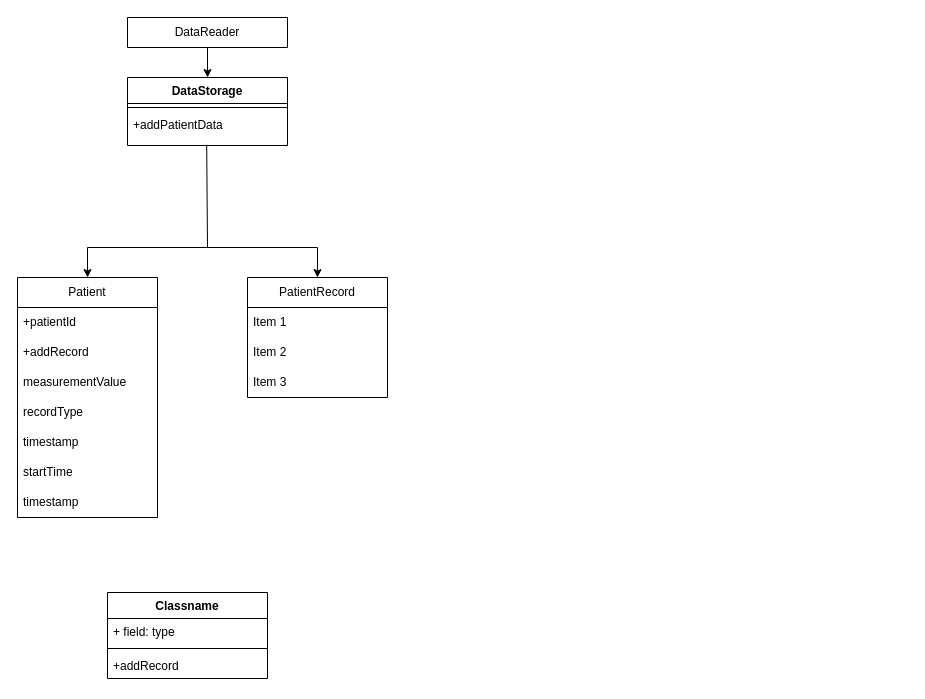
msa46/signal_project keeps this draw.io diagram as uml_models/DataStoreageSystem.drawio. Above is the earlier version. Source tidied: cells renumbered, new cells numbered last; positions are measured from the earlier drawing's top-left corner, leaving out a move shared by most shapes. Both pictures are drawn from the tidied source at 100%, with x=0, y=0 at pixel (17, 17).
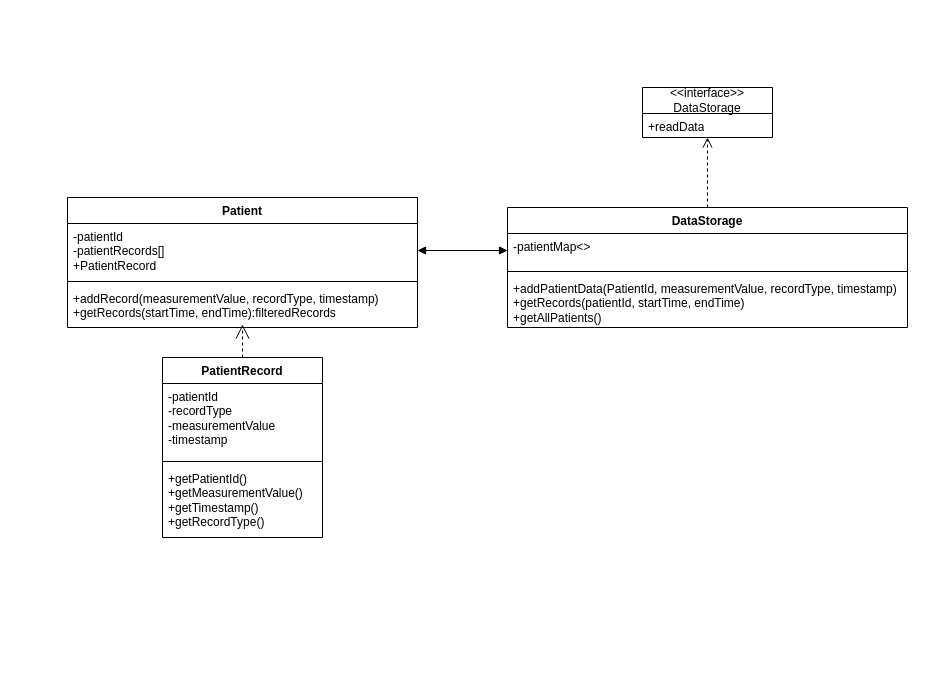
After the change.

Commit message:
I hope this is fine, my brain crumbles DataStoreageSystem.drawio

Change to the diagram source:
```diff
@@
-    <mxCell id="2" value="DataReader" style="swimlane;fontStyle=0;horizontal=1;startSize=30;whiteSpace=wrap;html=1;" parent="1" vertex="1">
-      <mxGeometry x="110" width="160" height="30" as="geometry" />
-    </mxCell>
-    <mxCell id="3" style="endArrow=classic;html=1;rounded=0;exitX=0.5;exitY=1;exitDx=0;exitDy=0;" parent="1" edge="1" source="2">
-      <mxGeometry relative="1" as="geometry">
-        <mxPoint x="190" y="60" as="targetPoint" />
-      </mxGeometry>
-    </mxCell>
+    <mxCell id="18" value="DataStorage" style="swimlane;fontStyle=1;align=center;verticalAlign=top;horizontal=1;startSize=26;whiteSpace=wrap;html=1;" parent="1" vertex="1">
+      <mxGeometry x="490" y="190" width="400" height="120" as="geometry" />
+    </mxCell>
+    <mxCell id="26" value="-patientMap&amp;lt;&amp;gt;" style="text;strokeColor=none;fillColor=none;align=left;verticalAlign=top;spacingLeft=4;spacingRight=4;overflow=hidden;points=[[0,0.5],[1,0.5]];portConstraint=eastwest;whiteSpace=wrap;html=1;" parent="18" vertex="1">
+      <mxGeometry y="26" width="400" height="34" as="geometry" />
+    </mxCell>
+    <mxCell id="27" style="line;strokeWidth=1;fillColor=none;align=left;verticalAlign=middle;spacingTop=-1;spacingLeft=3;spacingRight=3;labelPosition=right;strokeColor=inherit;" parent="18" vertex="1">
+      <mxGeometry y="60" width="400" height="8" as="geometry" />
+    </mxCell>
+    <mxCell id="28" value="+addPatientData(PatientId, measurementValue, recordType, timestamp)&lt;br&gt;+getRecords(patientId, startTime, endTime)&lt;div&gt;+getAllPatients()&lt;/div&gt;" style="text;strokeColor=none;fillColor=none;align=left;verticalAlign=top;spacingLeft=4;spacingRight=4;overflow=hidden;whiteSpace=wrap;html=1;" parent="18" vertex="1">
+      <mxGeometry y="68" width="400" height="52" as="geometry" />
+    </mxCell>
-    <mxCell id="4" value="Patient" style="swimlane;fontStyle=0;horizontal=1;startSize=30;whiteSpace=wrap;html=1;" parent="1" vertex="1">
-      <mxGeometry y="260" width="140" height="240" as="geometry" />
+    <mxCell id="4" value="Patient" style="swimlane;fontStyle=1;align=center;verticalAlign=top;horizontal=1;startSize=26;whiteSpace=wrap;html=1;" parent="1" vertex="1">
+      <mxGeometry x="50" y="180" width="350" height="130" as="geometry" />
     </mxCell>
-    <mxCell id="5" value="+patientId" style="text;strokeColor=none;fillColor=none;align=left;verticalAlign=middle;spacingLeft=4;spacingRight=4;overflow=hidden;whiteSpace=wrap;html=1;" parent="4" vertex="1">
-      <mxGeometry y="30" width="140" height="30" as="geometry" />
-    </mxCell>
-    <mxCell id="6" value="+addRecord" style="text;strokeColor=none;fillColor=none;align=left;verticalAlign=middle;spacingLeft=4;spacingRight=4;overflow=hidden;whiteSpace=wrap;html=1;" parent="4" vertex="1">
-      <mxGeometry y="60" width="140" height="30" as="geometry" />
-    </mxCell>
-    <mxCell id="7" value="measurementValue" style="text;strokeColor=none;fillColor=none;align=left;verticalAlign=middle;spacingLeft=4;spacingRight=4;overflow=hidden;whiteSpace=wrap;html=1;" parent="4" vertex="1">
-      <mxGeometry y="90" width="140" height="30" as="geometry" />
-    </mxCell>
-    <mxCell id="8" value="recordType" style="text;strokeColor=none;fillColor=none;align=left;verticalAlign=middle;spacingLeft=4;spacingRight=4;overflow=hidden;whiteSpace=wrap;html=1;" parent="4" vertex="1">
-      <mxGeometry y="120" width="140" height="30" as="geometry" />
-    </mxCell>
-    <mxCell id="9" value="timestamp" style="text;strokeColor=none;fillColor=none;align=left;verticalAlign=middle;spacingLeft=4;spacingRight=4;overflow=hidden;whiteSpace=wrap;html=1;" parent="4" vertex="1">
-      <mxGeometry y="150" width="140" height="30" as="geometry" />
-    </mxCell>
-    <mxCell id="10" value="startTime" style="text;strokeColor=none;fillColor=none;align=left;verticalAlign=middle;spacingLeft=4;spacingRight=4;overflow=hidden;whiteSpace=wrap;html=1;" parent="4" vertex="1">
-      <mxGeometry y="180" width="140" height="30" as="geometry" />
-    </mxCell>
-    <mxCell id="11" value="timestamp" style="text;strokeColor=none;fillColor=none;align=left;verticalAlign=middle;spacingLeft=4;spacingRight=4;overflow=hidden;whiteSpace=wrap;html=1;" parent="4" vertex="1">
-      <mxGeometry y="210" width="140" height="30" as="geometry" />
-    </mxCell>
+    <mxCell id="29" value="-patientId&lt;div&gt;-patientRecords[]&lt;/div&gt;&lt;div&gt;+PatientRecord&lt;/div&gt;" style="text;strokeColor=none;fillColor=none;align=left;verticalAlign=top;spacingLeft=4;spacingRight=4;overflow=hidden;points=[[0,0.5],[1,0.5]];portConstraint=eastwest;whiteSpace=wrap;html=1;" parent="4" vertex="1">
+      <mxGeometry y="26" width="350" height="54" as="geometry" />
+    </mxCell>
+    <mxCell id="30" style="line;strokeWidth=1;fillColor=none;align=left;verticalAlign=middle;spacingTop=-1;spacingLeft=3;spacingRight=3;labelPosition=right;strokeColor=inherit;" parent="4" vertex="1">
+      <mxGeometry y="80" width="350" height="8" as="geometry" />
+    </mxCell>
+    <mxCell id="31" value="+addRecord(measurementValue, recordType, timestamp)&lt;div&gt;+getRecords(startTime, endTime):filteredRecords&lt;/div&gt;" style="text;strokeColor=none;fillColor=none;align=left;verticalAlign=top;spacingLeft=4;spacingRight=4;overflow=hidden;points=[[0,0.5],[1,0.5]];portConstraint=eastwest;whiteSpace=wrap;html=1;" parent="4" vertex="1">
+      <mxGeometry y="88" width="350" height="42" as="geometry" />
+    </mxCell>
-    <mxCell id="12" value="PatientRecord" style="swimlane;fontStyle=0;horizontal=1;startSize=30;whiteSpace=wrap;html=1;" parent="1" vertex="1">
-      <mxGeometry x="230" y="260" width="140" height="120" as="geometry" />
+    <mxCell id="12" value="PatientRecord" style="swimlane;fontStyle=1;align=center;verticalAlign=top;horizontal=1;startSize=26;whiteSpace=wrap;html=1;" parent="1" vertex="1">
+      <mxGeometry x="145" y="340" width="160" height="180" as="geometry" />
     </mxCell>
-    <mxCell id="13" value="Item 1" style="text;strokeColor=none;fillColor=none;align=left;verticalAlign=middle;spacingLeft=4;spacingRight=4;overflow=hidden;whiteSpace=wrap;html=1;" parent="12" vertex="1">
-      <mxGeometry y="30" width="140" height="30" as="geometry" />
-    </mxCell>
-    <mxCell id="14" value="Item 2" style="text;strokeColor=none;fillColor=none;align=left;verticalAlign=middle;spacingLeft=4;spacingRight=4;overflow=hidden;whiteSpace=wrap;html=1;" parent="12" vertex="1">
-      <mxGeometry y="60" width="140" height="30" as="geometry" />
-    </mxCell>
-    <mxCell id="15" value="Item 3" style="text;strokeColor=none;fillColor=none;align=left;verticalAlign=middle;spacingLeft=4;spacingRight=4;overflow=hidden;whiteSpace=wrap;html=1;" parent="12" vertex="1">
-      <mxGeometry y="90" width="140" height="30" as="geometry" />
-    </mxCell>
-    <mxCell id="16" style="endArrow=classic;html=1;rounded=0;exitX=0.495;exitY=0.905;exitDx=0;exitDy=0;entryX=0.5;entryY=0;entryDx=0;entryDy=0;exitPerimeter=0;" parent="1" edge="1" source="21" target="4">
-      <mxGeometry relative="1" as="geometry">
-        <Array as="points">
-          <mxPoint x="190" y="230" />
-          <mxPoint x="70" y="230" />
-        </Array>
-      </mxGeometry>
-    </mxCell>
-    <mxCell id="17" style="endArrow=classic;html=1;rounded=0;entryX=0.5;entryY=0;entryDx=0;entryDy=0;" parent="1" edge="1" target="12">
-      <mxGeometry relative="1" as="geometry">
-        <mxPoint x="190" y="230" as="sourcePoint" />
-        <Array as="points">
-          <mxPoint x="300" y="230" />
-        </Array>
-      </mxGeometry>
-    </mxCell>
-    <mxCell id="18" value="DataStorage" style="swimlane;fontStyle=1;align=center;verticalAlign=top;horizontal=1;startSize=26;whiteSpace=wrap;html=1;" parent="1" vertex="1">
-      <mxGeometry x="110" y="60" width="160" height="68" as="geometry" />
-    </mxCell>
-    <mxCell id="19" style="line;strokeWidth=1;fillColor=none;align=left;verticalAlign=middle;spacingTop=-1;spacingLeft=3;spacingRight=3;labelPosition=right;strokeColor=inherit;" parent="18" vertex="1">
-      <mxGeometry y="26" width="160" height="8" as="geometry" />
-    </mxCell>
-    <mxCell id="20" value="+addPatientData" style="text;align=left;verticalAlign=top;spacingLeft=4;spacingRight=4;overflow=hidden;rounded=0;shadow=0;html=0;" parent="18" vertex="1">
-      <mxGeometry y="34" width="160" height="26" as="geometry" />
-    </mxCell>
-    <mxCell id="21" value="&lt;span style=&quot;color: rgba(0, 0, 0, 0); font-family: monospace; font-size: 0px; text-wrap-mode: nowrap;&quot;&gt;+&lt;/span&gt;" style="text;strokeColor=none;fillColor=none;align=left;verticalAlign=top;spacingLeft=4;spacingRight=4;overflow=hidden;points=[[0,0.5],[1,0.5]];portConstraint=eastwest;whiteSpace=wrap;html=1;" parent="18" vertex="1">
-      <mxGeometry y="60" width="160" height="8" as="geometry" />
-    </mxCell>
-    <mxCell id="22" value="Classname" style="swimlane;fontStyle=1;align=center;verticalAlign=top;horizontal=1;startSize=26;whiteSpace=wrap;html=1;" parent="1" vertex="1">
-      <mxGeometry x="90" y="575" width="160" height="86" as="geometry" />
-    </mxCell>
-    <mxCell id="23" value="+ field: type" style="text;strokeColor=none;fillColor=none;align=left;verticalAlign=top;spacingLeft=4;spacingRight=4;overflow=hidden;whiteSpace=wrap;html=1;" parent="22" vertex="1">
-      <mxGeometry y="26" width="160" height="26" as="geometry" />
-    </mxCell>
-    <mxCell id="24" style="line;strokeWidth=1;fillColor=none;align=left;verticalAlign=middle;spacingTop=-1;spacingLeft=3;spacingRight=3;labelPosition=right;strokeColor=inherit;" parent="22" vertex="1">
-      <mxGeometry y="52" width="160" height="8" as="geometry" />
-    </mxCell>
-    <mxCell id="25" value="+addRecord" style="text;strokeColor=none;fillColor=none;align=left;verticalAlign=top;spacingLeft=4;spacingRight=4;overflow=hidden;whiteSpace=wrap;html=1;" parent="22" vertex="1">
-      <mxGeometry y="60" width="160" height="26" as="geometry" />
-    </mxCell>
+    <mxCell id="32" value="-patientId&lt;div&gt;-recordType&lt;/div&gt;&lt;div&gt;-measurementValue&lt;/div&gt;&lt;div&gt;-timestamp&lt;/div&gt;" style="text;strokeColor=none;fillColor=none;align=left;verticalAlign=top;spacingLeft=4;spacingRight=4;overflow=hidden;whiteSpace=wrap;html=1;" parent="12" vertex="1">
+      <mxGeometry y="26" width="160" height="74" as="geometry" />
+    </mxCell>
+    <mxCell id="33" style="line;strokeWidth=1;fillColor=none;align=left;verticalAlign=middle;spacingTop=-1;spacingLeft=3;spacingRight=3;labelPosition=right;strokeColor=inherit;" parent="12" vertex="1">
+      <mxGeometry y="100" width="160" height="8" as="geometry" />
+    </mxCell>
+    <mxCell id="34" value="+getPatientId()&lt;div&gt;+getMeasurementValue()&lt;/div&gt;&lt;div&gt;+getTimestamp()&lt;/div&gt;&lt;div&gt;+getRecordType()&lt;/div&gt;" style="text;strokeColor=none;fillColor=none;align=left;verticalAlign=top;spacingLeft=4;spacingRight=4;overflow=hidden;whiteSpace=wrap;html=1;" parent="12" vertex="1">
+      <mxGeometry y="108" width="160" height="72" as="geometry" />
+    </mxCell>
+    <mxCell id="35" value="&amp;lt;&amp;lt;interface&amp;gt;&amp;gt;&lt;br&gt;DataStorage" style="swimlane;fontStyle=0;horizontal=1;startSize=26;fillColor=none;whiteSpace=wrap;html=1;" parent="1" vertex="1">
+      <mxGeometry x="625" y="70" width="130" height="50" as="geometry" />
+    </mxCell>
+    <mxCell id="36" value="+readData" style="text;strokeColor=none;fillColor=none;align=left;verticalAlign=top;spacingLeft=4;spacingRight=4;overflow=hidden;points=[[0,0.5],[1,0.5]];portConstraint=eastwest;whiteSpace=wrap;html=1;" parent="35" vertex="1">
+      <mxGeometry y="26" width="130" height="24" as="geometry" />
+    </mxCell>
+    <mxCell id="37" style="html=1;verticalAlign=bottom;endArrow=open;dashed=1;endSize=8;curved=0;rounded=0;exitX=0.5;exitY=0;exitDx=0;exitDy=0;" parent="1" edge="1" source="18" target="36">
+      <mxGeometry relative="1" as="geometry" />
+    </mxCell>
+    <mxCell id="38" style="endArrow=block;startArrow=block;endFill=1;startFill=1;html=1;rounded=0;exitX=1;exitY=0.5;exitDx=0;exitDy=0;entryX=0;entryY=0.5;entryDx=0;entryDy=0;" parent="1" edge="1" source="29" target="26">
+      <mxGeometry relative="1" as="geometry" />
+    </mxCell>
+    <mxCell id="39" style="endArrow=open;endSize=12;dashed=1;html=1;rounded=0;exitX=0.5;exitY=0;exitDx=0;exitDy=0;entryX=0.5;entryY=0.929;entryDx=0;entryDy=0;entryPerimeter=0;" parent="1" edge="1" source="12" target="31">
+      <mxGeometry relative="1" as="geometry" />
+    </mxCell>
```
